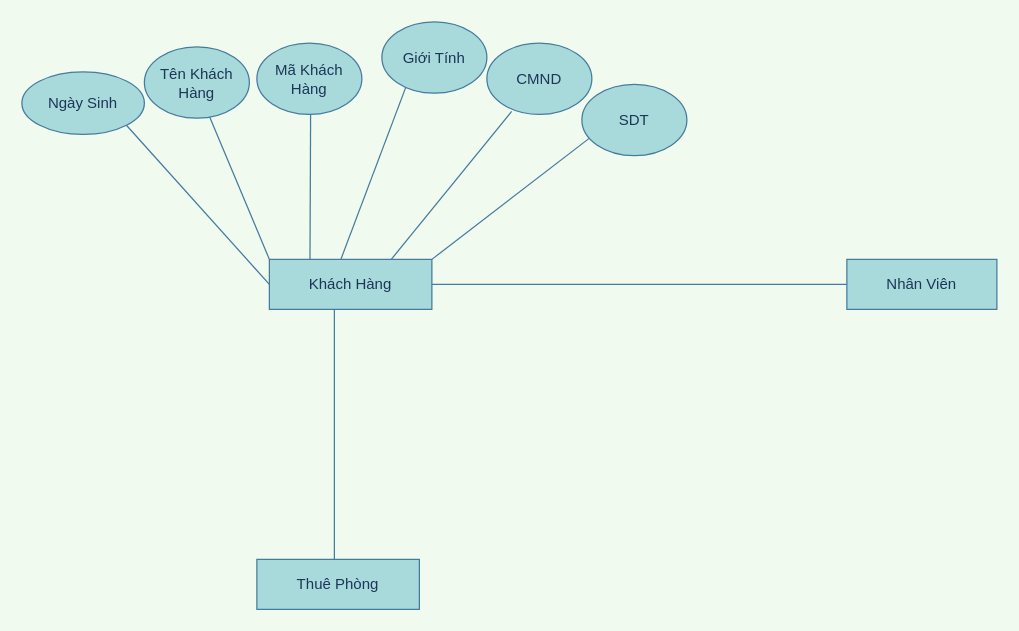
Before: Untitled Diagram.drawio in maialino123/QLKS, a draw.io diagram. Source tidied: cells renumbered, new cells numbered last; positions are measured from the earlier drawing's top-left corner, leaving out a move shared by most shapes. Both pictures are drawn from the tidied source at 125%, with x=0, y=0 at pixel (21, 21).
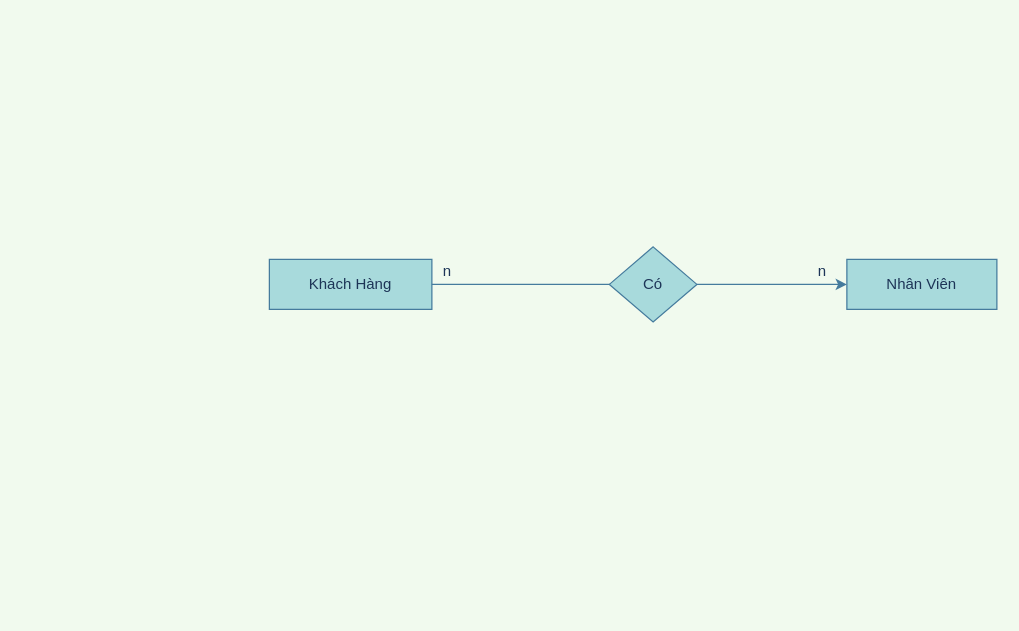
The same page after the edit.

The change refers to these unchanged cells:
```xml
<mxCell id="2" value="Khách Hàng" style="rounded=0;whiteSpace=wrap;html=1;sketch=0;strokeColor=#457B9D;fillColor=#A8DADC;fontColor=#1D3557;" parent="1" vertex="1">
  <mxGeometry x="198" y="190" width="130" height="40" as="geometry" />
</mxCell>
<mxCell id="16" value="Nhân Viên" style="rounded=0;whiteSpace=wrap;html=1;sketch=0;strokeColor=#457B9D;fillColor=#A8DADC;fontColor=#1D3557;" parent="1" vertex="1">
  <mxGeometry x="660" y="190" width="120" height="40" as="geometry" />
</mxCell>
```

The edit, as a diff of the source:
```diff
@@
-    <mxCell id="3" style="endArrow=none;html=1;strokeColor=#457B9D;fillColor=#A8DADC;fontColor=#1D3557;exitX=0;exitY=0;exitDx=0;exitDy=0;entryX=0.621;entryY=0.98;entryDx=0;entryDy=0;entryPerimeter=0;" parent="1" edge="1" source="2" target="7">
-      <mxGeometry relative="1" as="geometry" />
-    </mxCell>
-    <mxCell id="4" style="endArrow=none;html=1;strokeColor=#457B9D;fillColor=#A8DADC;fontColor=#1D3557;entryX=1;entryY=1;entryDx=0;entryDy=0;" parent="1" edge="1" target="8">
-      <mxGeometry relative="1" as="geometry">
-        <mxPoint x="198" y="210" as="sourcePoint" />
-      </mxGeometry>
-    </mxCell>
-    <mxCell id="5" style="endArrow=none;html=1;strokeColor=#457B9D;fillColor=#A8DADC;fontColor=#1D3557;exitX=0.25;exitY=0;exitDx=0;exitDy=0;" parent="1" edge="1" source="2">
-      <mxGeometry relative="1" as="geometry">
-        <mxPoint x="231" y="70" as="targetPoint" />
-      </mxGeometry>
-    </mxCell>
-    <mxCell id="6" value="Mã Khách Hàng" style="ellipse;whiteSpace=wrap;html=1;rounded=0;sketch=0;strokeColor=#457B9D;fillColor=#A8DADC;fontColor=#1D3557;" parent="1" vertex="1">
-      <mxGeometry x="188" y="17" width="84" height="57" as="geometry" />
-    </mxCell>
-    <mxCell id="7" value="Tên Khách Hàng" style="ellipse;whiteSpace=wrap;html=1;rounded=0;sketch=0;strokeColor=#457B9D;fillColor=#A8DADC;fontColor=#1D3557;" parent="1" vertex="1">
-      <mxGeometry x="98" y="20" width="84" height="57" as="geometry" />
-    </mxCell>
-    <mxCell id="8" value="Ngày Sinh" style="ellipse;whiteSpace=wrap;html=1;rounded=0;sketch=0;strokeColor=#457B9D;fillColor=#A8DADC;fontColor=#1D3557;" parent="1" vertex="1">
-      <mxGeometry y="40" width="98" height="50" as="geometry" />
-    </mxCell>
-    <mxCell id="9" style="endArrow=none;html=1;strokeColor=#457B9D;fillColor=#A8DADC;fontColor=#1D3557;entryX=0.44;entryY=0;entryDx=0;entryDy=0;entryPerimeter=0;" parent="1" edge="1" target="2">
-      <mxGeometry relative="1" as="geometry">
-        <mxPoint x="308" y="50" as="sourcePoint" />
-      </mxGeometry>
-    </mxCell>
-    <mxCell id="10" value="Giới Tính" style="ellipse;whiteSpace=wrap;html=1;rounded=0;sketch=0;strokeColor=#457B9D;fillColor=#A8DADC;fontColor=#1D3557;" parent="1" vertex="1">
-      <mxGeometry x="288" width="84" height="57" as="geometry" />
-    </mxCell>
-    <mxCell id="11" style="endArrow=none;html=1;strokeColor=#457B9D;fillColor=#A8DADC;fontColor=#1D3557;entryX=0.75;entryY=0;entryDx=0;entryDy=0;exitX=0.236;exitY=0.959;exitDx=0;exitDy=0;exitPerimeter=0;" parent="1" edge="1" source="12" target="2">
-      <mxGeometry relative="1" as="geometry" />
-    </mxCell>
-    <mxCell id="12" value="CMND" style="ellipse;whiteSpace=wrap;html=1;rounded=0;sketch=0;strokeColor=#457B9D;fillColor=#A8DADC;fontColor=#1D3557;" parent="1" vertex="1">
-      <mxGeometry x="372" y="17" width="84" height="57" as="geometry" />
-    </mxCell>
-    <mxCell id="13" style="endArrow=none;html=1;strokeColor=#457B9D;fillColor=#A8DADC;fontColor=#1D3557;entryX=1;entryY=0;entryDx=0;entryDy=0;" parent="1" edge="1" target="2">
-      <mxGeometry relative="1" as="geometry">
-        <mxPoint x="458" y="90" as="sourcePoint" />
-      </mxGeometry>
-    </mxCell>
-    <mxCell id="14" value="SDT" style="ellipse;whiteSpace=wrap;html=1;rounded=0;sketch=0;strokeColor=#457B9D;fillColor=#A8DADC;fontColor=#1D3557;" parent="1" vertex="1">
-      <mxGeometry x="448" y="50" width="84" height="57" as="geometry" />
-    </mxCell>
-    <mxCell id="15" style="endArrow=none;html=1;strokeColor=#457B9D;fillColor=#A8DADC;fontColor=#1D3557;exitX=1;exitY=0.5;exitDx=0;exitDy=0;" parent="1" edge="1" source="2">
-      <mxGeometry relative="1" as="geometry">
-        <mxPoint x="660" y="210" as="targetPoint" />
-      </mxGeometry>
-    </mxCell>
@@
-    <mxCell id="17" style="endArrow=none;html=1;strokeColor=#457B9D;fillColor=#A8DADC;fontColor=#1D3557;entryX=0.4;entryY=1;entryDx=0;entryDy=0;entryPerimeter=0;" parent="1" edge="1" target="2">
-      <mxGeometry relative="1" as="geometry">
-        <mxPoint x="250" y="430" as="sourcePoint" />
-      </mxGeometry>
-    </mxCell>
-    <mxCell id="18" value="Thuê Phòng" style="rounded=0;whiteSpace=wrap;html=1;sketch=0;strokeColor=#457B9D;fillColor=#A8DADC;fontColor=#1D3557;" parent="1" vertex="1">
-      <mxGeometry x="188" y="430" width="130" height="40" as="geometry" />
-    </mxCell>
+    <mxCell id="19" style="endArrow=none;html=1;strokeColor=#457B9D;fillColor=#A8DADC;fontColor=#1D3557;exitX=1;exitY=0.5;exitDx=0;exitDy=0;" parent="1" edge="1" source="2">
+      <mxGeometry relative="1" as="geometry">
+        <mxPoint x="480" y="210" as="targetPoint" />
+      </mxGeometry>
+    </mxCell>
+    <mxCell id="20" value="Có" style="rhombus;whiteSpace=wrap;html=1;rounded=0;sketch=0;strokeColor=#457B9D;fillColor=#A8DADC;fontColor=#1D3557;" parent="1" vertex="1">
+      <mxGeometry x="470" y="180" width="70" height="60" as="geometry" />
+    </mxCell>
+    <mxCell id="21" style="endArrow=classic;html=1;strokeColor=#457B9D;fillColor=#A8DADC;fontColor=#1D3557;entryX=0;entryY=0.5;entryDx=0;entryDy=0;exitX=1;exitY=0.5;exitDx=0;exitDy=0;" parent="1" edge="1" source="20" target="16">
+      <mxGeometry relative="1" as="geometry" />
+    </mxCell>
+    <mxCell id="22" value="n" style="text;html=1;align=center;verticalAlign=middle;fontColor=#1D3557;" parent="1" vertex="1">
+      <mxGeometry x="630" y="190" width="20" height="20" as="geometry" />
+    </mxCell>
+    <mxCell id="23" value="n" style="text;html=1;align=center;verticalAlign=middle;fontColor=#1D3557;" parent="1" vertex="1">
+      <mxGeometry x="330" y="190" width="20" height="20" as="geometry" />
+    </mxCell>
```
